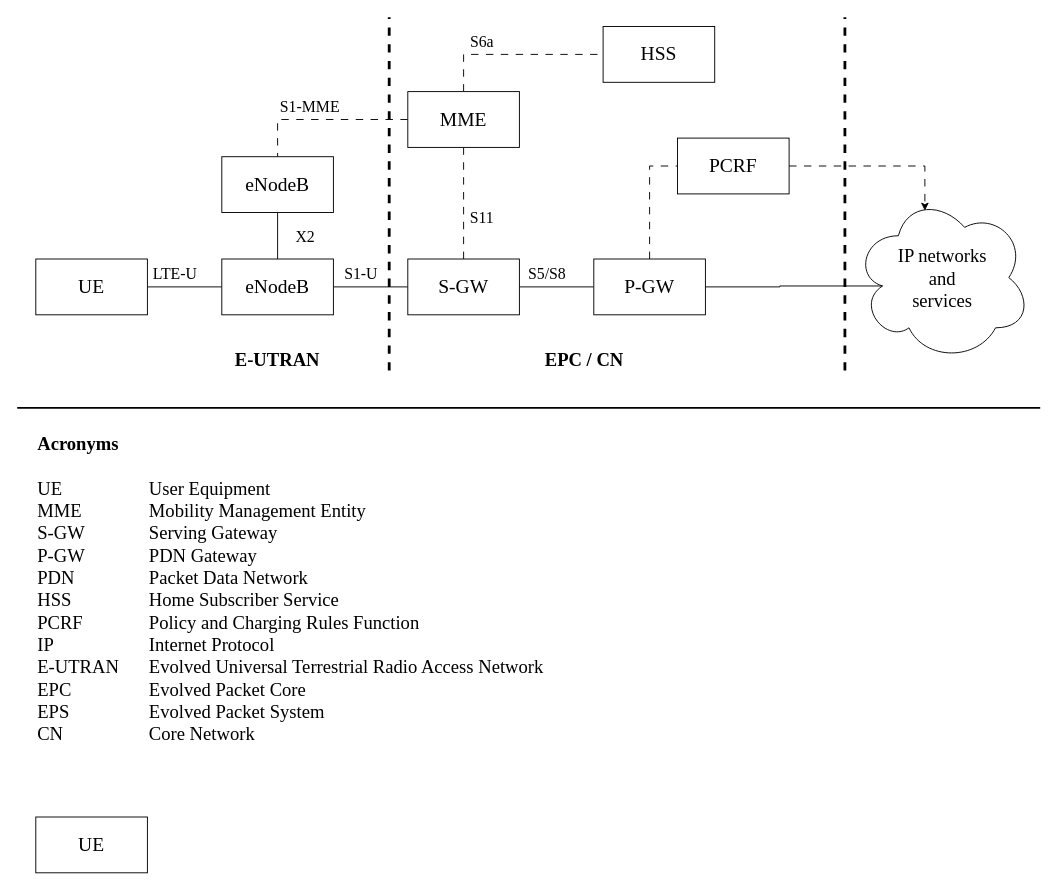
Above: page "4G Arch" (1 of 5) of OFDM.drawio in troders34/research (draw.io), before the change. Source tidied: cells renumbered, new cells numbered last; positions are measured from the earlier drawing's top-left corner, leaving out a move shared by most shapes. Both pictures are drawn from the tidied source at 93%, with x=0, y=0 at pixel (17, 17).
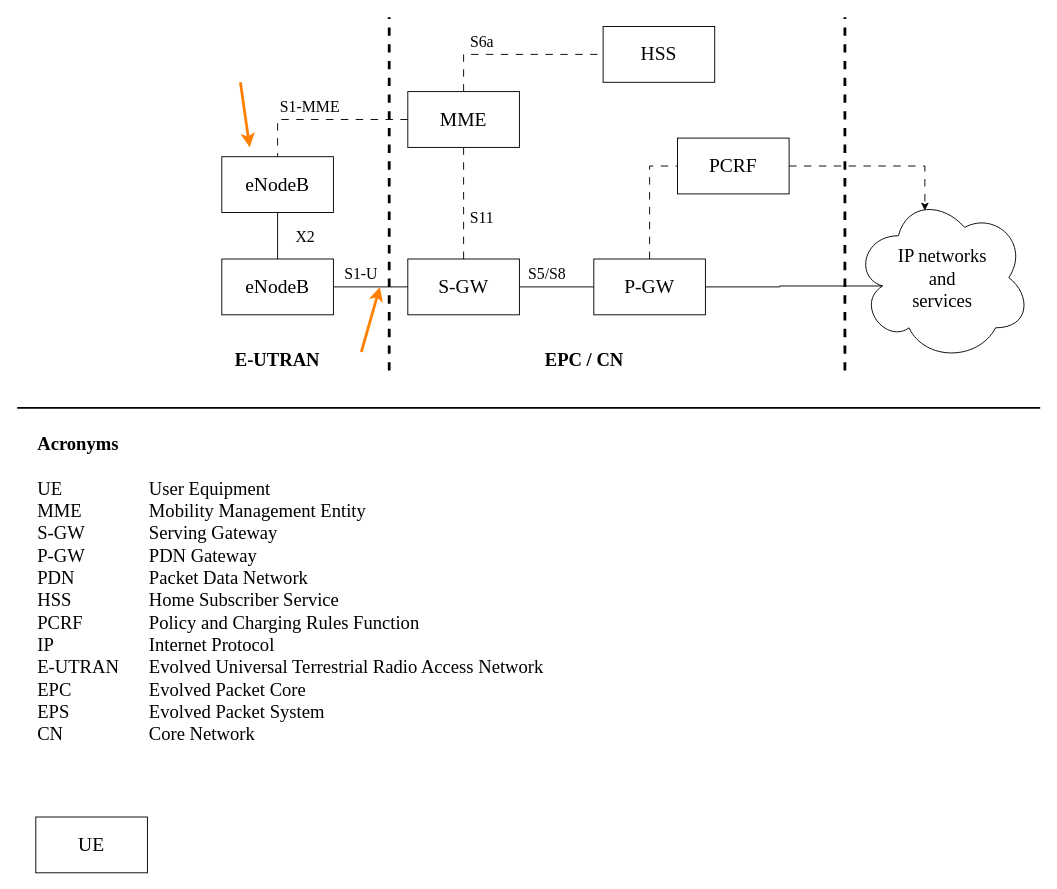
After the change.

Unchanged cells that the change refers to:
```xml
<mxCell id="6" value="eNodeB" style="rounded=0;whiteSpace=wrap;html=1;fontFamily=Times New Roman;verticalAlign=middle;fontSize=21;" parent="1" vertex="1">
  <mxGeometry x="220" y="260" width="120" height="60" as="geometry" />
</mxCell>
```

What changed in the source:
```diff
@@
-    <mxCell id="3" style="edgeStyle=orthogonalEdgeStyle;rounded=0;jettySize=auto;html=1;exitX=1;exitY=0.5;exitDx=0;exitDy=0;entryX=0;entryY=0.5;entryDx=0;entryDy=0;endArrow=none;startFill=0;fontFamily=Times New Roman;verticalAlign=top;" parent="1" edge="1" source="4" target="6">
-      <mxGeometry relative="1" as="geometry" />
-    </mxCell>
-    <mxCell id="4" value="UE" style="rounded=0;whiteSpace=wrap;html=1;fontFamily=Times New Roman;verticalAlign=middle;fontSize=21;" parent="1" vertex="1">
-      <mxGeometry x="20" y="260" width="120" height="60" as="geometry" />
-    </mxCell>
@@
-    <mxCell id="19" value="LTE-U" style="text;html=1;align=center;verticalAlign=top;whiteSpace=wrap;rounded=0;fontFamily=Times New Roman;fontSize=17;" parent="1" vertex="1">
-      <mxGeometry x="140" y="260" width="60" height="30" as="geometry" />
-    </mxCell>
@@
+    <mxCell id="35" style="endArrow=classic;html=1;rounded=0;strokeWidth=3;fillColor=#f8cecc;strokeColor=#FF8000;" parent="1" edge="1">
+      <mxGeometry relative="1" as="geometry">
+        <mxPoint x="370" y="360" as="sourcePoint" />
+        <mxPoint x="390" y="290" as="targetPoint" />
+      </mxGeometry>
+    </mxCell>
+    <mxCell id="36" style="endArrow=classic;html=1;rounded=0;strokeWidth=3;fillColor=#f8cecc;strokeColor=#FF8000;" parent="1" edge="1">
+      <mxGeometry relative="1" as="geometry">
+        <mxPoint x="240" y="70" as="sourcePoint" />
+        <mxPoint x="250" y="140" as="targetPoint" />
+      </mxGeometry>
+    </mxCell>
```
